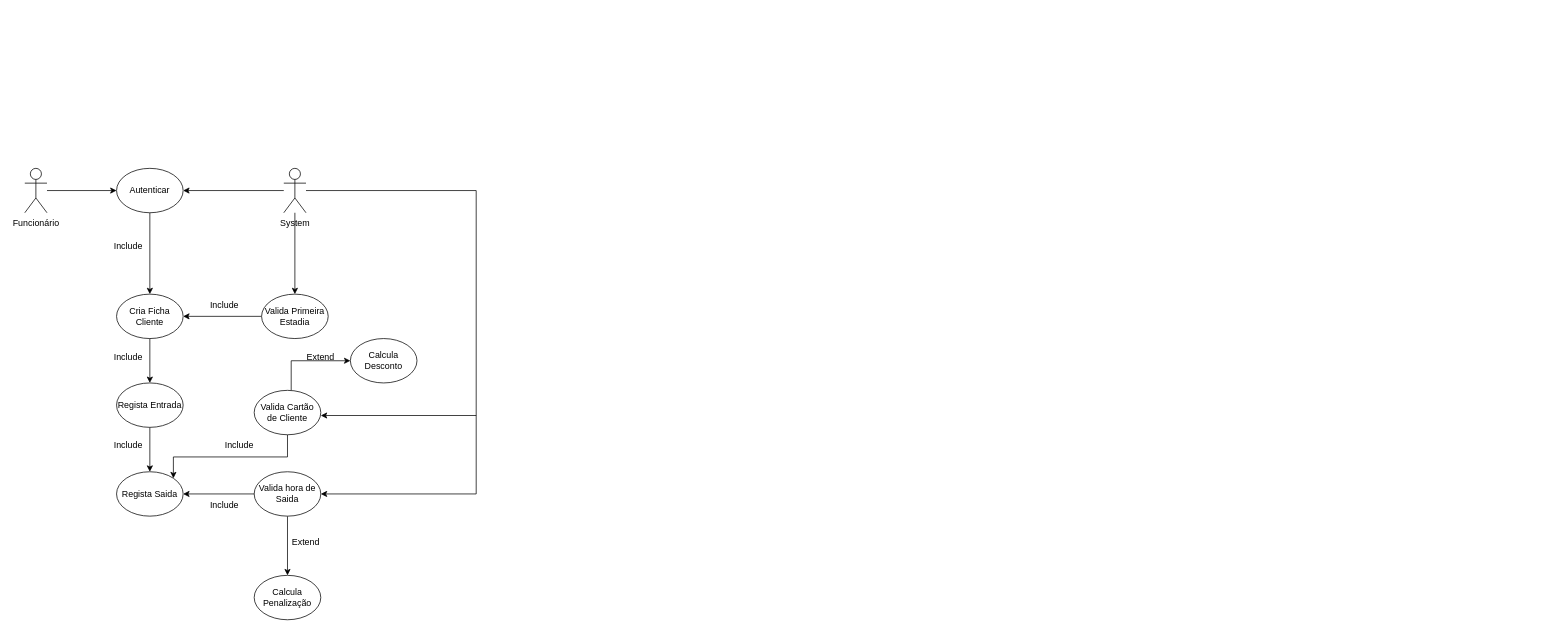
This is Praticas/pratica3.drawio from joaoabreu1/tpsi-progoo-2074622, a draw.io file, before an edit. Source tidied: cells renumbered, new cells numbered last; positions are measured from the earlier drawing's top-left corner, leaving out a move shared by most shapes. Both pictures are drawn from the tidied source at 74%, with x=0, y=0 at pixel (24, 168).
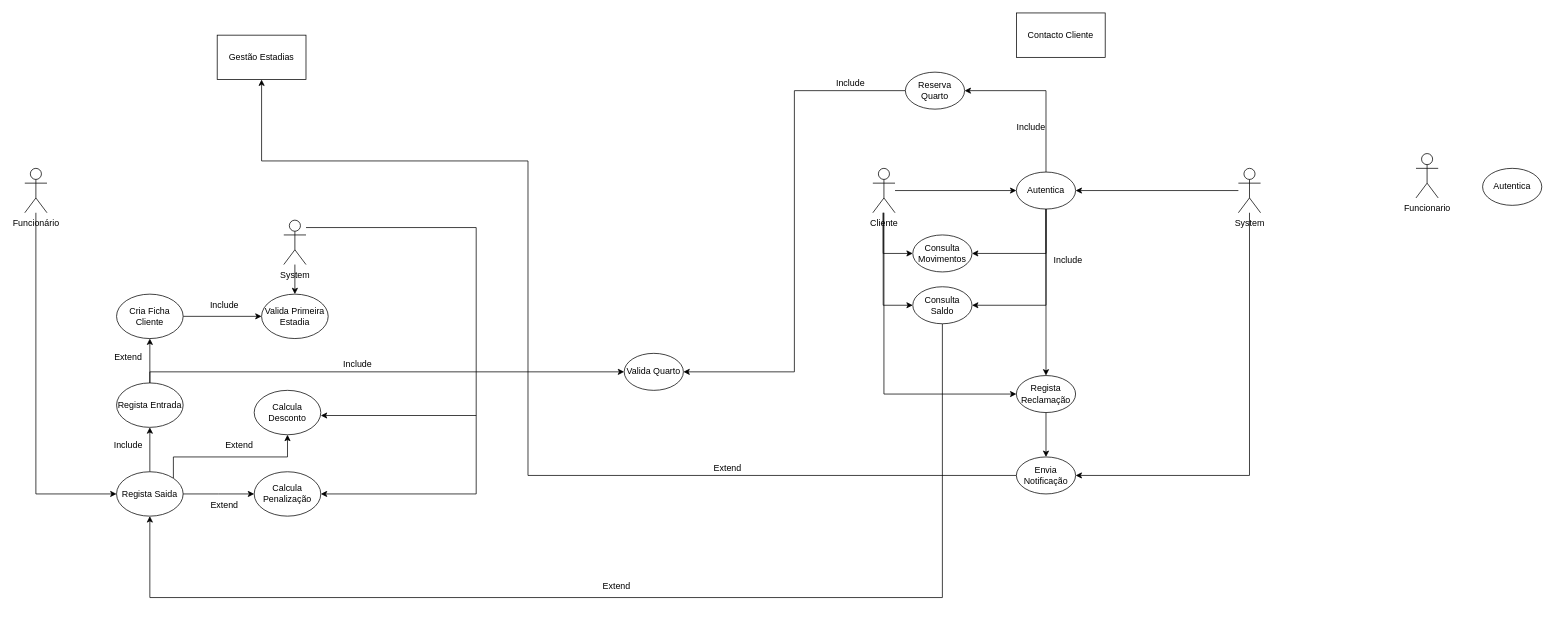
The same page after the edit.

Unchanged cells that the change refers to:
```xml
<mxCell id="3" value="Funcionário" style="shape=umlActor;verticalLabelPosition=bottom;verticalAlign=top;html=1;outlineConnect=0;" parent="1" vertex="1">
  <mxGeometry width="30" height="60" as="geometry" />
</mxCell>
<mxCell id="10" value="Valida Primeira Estadia" style="ellipse;whiteSpace=wrap;html=1;" parent="1" vertex="1">
  <mxGeometry x="320" y="170" width="90" height="60" as="geometry" />
</mxCell>
<mxCell id="13" value="Cria Ficha Cliente" style="ellipse;whiteSpace=wrap;html=1;" parent="1" vertex="1">
  <mxGeometry x="124" y="170" width="90" height="60" as="geometry" />
</mxCell>
<mxCell id="16" value="Regista Entrada" style="ellipse;whiteSpace=wrap;html=1;" parent="1" vertex="1">
  <mxGeometry x="124" y="290" width="90" height="60" as="geometry" />
</mxCell>
<mxCell id="17" value="Regista Saida" style="ellipse;whiteSpace=wrap;html=1;" parent="1" vertex="1">
  <mxGeometry x="124" y="410" width="90" height="60" as="geometry" />
</mxCell>
```

Diff of the diagram source:
```diff
@@
-    <mxCell id="2" style="edgeStyle=orthogonalEdgeStyle;rounded=0;jettySize=auto;html=1;entryX=0;entryY=0.5;entryDx=0;entryDy=0;" parent="1" edge="1" source="3" target="5">
-      <mxGeometry relative="1" as="geometry" />
-    </mxCell>
+    <mxCell id="34" style="edgeStyle=orthogonalEdgeStyle;rounded=0;jettySize=auto;html=1;entryX=0;entryY=0.5;entryDx=0;entryDy=0;" parent="1" edge="1" source="3" target="17">
+      <mxGeometry relative="1" as="geometry">
+        <Array as="points">
+          <mxPoint x="15" y="440" />
+        </Array>
+      </mxGeometry>
+    </mxCell>
@@
-    <mxCell id="4" style="edgeStyle=orthogonalEdgeStyle;rounded=0;jettySize=auto;html=1;" parent="1" edge="1" source="5" target="13">
-      <mxGeometry relative="1" as="geometry" />
-    </mxCell>
-    <mxCell id="5" value="Autenticar" style="ellipse;whiteSpace=wrap;html=1;" parent="1" vertex="1">
-      <mxGeometry x="124" width="90" height="60" as="geometry" />
-    </mxCell>
@@
-    <mxCell id="7" style="edgeStyle=orthogonalEdgeStyle;rounded=0;jettySize=auto;html=1;entryX=1;entryY=0.5;entryDx=0;entryDy=0;" parent="1" edge="1" source="8" target="5">
-      <mxGeometry relative="1" as="geometry" />
-    </mxCell>
     <mxCell id="8" value="System" style="shape=umlActor;verticalLabelPosition=bottom;verticalAlign=top;html=1;outlineConnect=0;" parent="1" vertex="1">
-      <mxGeometry x="350" width="30" height="60" as="geometry" />
+      <mxGeometry x="350" y="70" width="30" height="60" as="geometry" />
     </mxCell>
-    <mxCell id="9" style="edgeStyle=orthogonalEdgeStyle;rounded=0;jettySize=auto;html=1;entryX=1;entryY=0.5;entryDx=0;entryDy=0;" parent="1" edge="1" source="10" target="13">
-      <mxGeometry relative="1" as="geometry" />
-    </mxCell>
@@
-    <mxCell id="12" style="edgeStyle=orthogonalEdgeStyle;rounded=0;jettySize=auto;html=1;" parent="1" edge="1" source="13" target="16">
-      <mxGeometry relative="1" as="geometry" />
-    </mxCell>
+    <mxCell id="35" style="edgeStyle=orthogonalEdgeStyle;rounded=0;jettySize=auto;html=1;entryX=0;entryY=0.5;entryDx=0;entryDy=0;" parent="1" edge="1" source="13" target="10">
+      <mxGeometry relative="1" as="geometry" />
+    </mxCell>
@@
-    <mxCell id="14" value="Include" style="text;html=1;align=center;verticalAlign=middle;whiteSpace=wrap;rounded=0;" parent="1" vertex="1">
-      <mxGeometry x="110" y="90" width="60" height="30" as="geometry" />
-    </mxCell>
-    <mxCell id="15" style="edgeStyle=orthogonalEdgeStyle;rounded=0;jettySize=auto;html=1;entryX=0.5;entryY=0;entryDx=0;entryDy=0;" parent="1" edge="1" source="16" target="17">
-      <mxGeometry relative="1" as="geometry" />
-    </mxCell>
+    <mxCell id="36" style="edgeStyle=orthogonalEdgeStyle;rounded=0;jettySize=auto;html=1;exitX=0.5;exitY=0;exitDx=0;exitDy=0;entryX=0.5;entryY=1;entryDx=0;entryDy=0;" parent="1" edge="1" source="16" target="13">
+      <mxGeometry relative="1" as="geometry" />
+    </mxCell>
+    <mxCell id="37" style="edgeStyle=orthogonalEdgeStyle;rounded=0;jettySize=auto;html=1;entryX=0;entryY=0.5;entryDx=0;entryDy=0;" parent="1" edge="1" source="16" target="66">
+      <mxGeometry relative="1" as="geometry">
+        <Array as="points">
+          <mxPoint x="169" y="275" />
+        </Array>
+      </mxGeometry>
+    </mxCell>
@@
+    <mxCell id="38" style="edgeStyle=orthogonalEdgeStyle;rounded=0;jettySize=auto;html=1;exitX=0.5;exitY=0;exitDx=0;exitDy=0;entryX=0.5;entryY=1;entryDx=0;entryDy=0;" parent="1" edge="1" source="17" target="16">
+      <mxGeometry relative="1" as="geometry" />
+    </mxCell>
+    <mxCell id="39" style="edgeStyle=orthogonalEdgeStyle;rounded=0;jettySize=auto;html=1;entryX=0;entryY=0.5;entryDx=0;entryDy=0;" parent="1" edge="1" source="17">
+      <mxGeometry relative="1" as="geometry">
+        <mxPoint x="310" y="440" as="targetPoint" />
+      </mxGeometry>
+    </mxCell>
+    <mxCell id="40" style="edgeStyle=orthogonalEdgeStyle;rounded=0;jettySize=auto;html=1;exitX=1;exitY=0;exitDx=0;exitDy=0;entryX=0.5;entryY=1;entryDx=0;entryDy=0;" parent="1" edge="1" source="17">
+      <mxGeometry relative="1" as="geometry">
+        <mxPoint x="355" y="360" as="targetPoint" />
+        <Array as="points">
+          <mxPoint x="201" y="390" />
+          <mxPoint x="355" y="390" />
+        </Array>
+      </mxGeometry>
+    </mxCell>
@@
-    <mxCell id="18" value="Include" style="text;html=1;align=center;verticalAlign=middle;whiteSpace=wrap;rounded=0;" parent="1" vertex="1">
+    <mxCell id="18" value="Extend" style="text;html=1;align=center;verticalAlign=middle;whiteSpace=wrap;rounded=0;" parent="1" vertex="1">
       <mxGeometry x="110" y="240" width="60" height="30" as="geometry" />
     </mxCell>
@@
-    <mxCell id="20" style="edgeStyle=orthogonalEdgeStyle;rounded=0;jettySize=auto;html=1;entryX=1;entryY=0.5;entryDx=0;entryDy=0;" parent="1" edge="1" source="22" target="17">
-      <mxGeometry relative="1" as="geometry" />
-    </mxCell>
-    <mxCell id="21" style="edgeStyle=orthogonalEdgeStyle;rounded=0;jettySize=auto;html=1;entryX=0.5;entryY=0;entryDx=0;entryDy=0;" parent="1" edge="1" source="22" target="25">
-      <mxGeometry relative="1" as="geometry" />
-    </mxCell>
-    <mxCell id="22" value="Valida hora de Saida" style="ellipse;whiteSpace=wrap;html=1;" parent="1" vertex="1">
-      <mxGeometry x="310" y="410" width="90" height="60" as="geometry" />
-    </mxCell>
-    <mxCell id="23" style="edgeStyle=orthogonalEdgeStyle;rounded=0;jettySize=auto;html=1;entryX=1;entryY=0.5;entryDx=0;entryDy=0;" parent="1" edge="1" source="8" target="22">
+    <mxCell id="23" style="edgeStyle=orthogonalEdgeStyle;rounded=0;jettySize=auto;html=1;entryX=1;entryY=0.5;entryDx=0;entryDy=0;" parent="1" edge="1" source="8">
       <mxGeometry relative="1" as="geometry">
+        <mxPoint x="400" y="440" as="targetPoint" />
         <Array as="points">
-          <mxPoint x="610" y="30" />
+          <mxPoint x="610" y="80" />
           <mxPoint x="610" y="440" />
         </Array>
       </mxGeometry>
     </mxCell>
-    <mxCell id="24" value="Include" style="text;html=1;align=center;verticalAlign=middle;whiteSpace=wrap;rounded=0;" parent="1" vertex="1">
+    <mxCell id="24" value="Extend" style="text;html=1;align=center;verticalAlign=middle;whiteSpace=wrap;rounded=0;" parent="1" vertex="1">
       <mxGeometry x="240" y="440" width="60" height="30" as="geometry" />
     </mxCell>
     <mxCell id="25" value="Calcula Penalização" style="ellipse;whiteSpace=wrap;html=1;" parent="1" vertex="1">
-      <mxGeometry x="310" y="550" width="90" height="60" as="geometry" />
+      <mxGeometry x="310" y="410" width="90" height="60" as="geometry" />
     </mxCell>
-    <mxCell id="26" value="Extend" style="text;html=1;align=center;verticalAlign=middle;whiteSpace=wrap;rounded=0;" parent="1" vertex="1">
-      <mxGeometry x="350" y="490" width="60" height="30" as="geometry" />
-    </mxCell>
-    <mxCell id="27" style="edgeStyle=orthogonalEdgeStyle;rounded=0;jettySize=auto;html=1;entryX=1;entryY=0;entryDx=0;entryDy=0;" parent="1" edge="1" source="29" target="17">
-      <mxGeometry relative="1" as="geometry">
-        <Array as="points">
-          <mxPoint x="355" y="390" />
-          <mxPoint x="201" y="390" />
-        </Array>
-      </mxGeometry>
-    </mxCell>
-    <mxCell id="28" style="edgeStyle=orthogonalEdgeStyle;rounded=0;jettySize=auto;html=1;entryX=0;entryY=0.5;entryDx=0;entryDy=0;" parent="1" edge="1" source="29" target="32">
-      <mxGeometry relative="1" as="geometry">
-        <Array as="points">
-          <mxPoint x="360" y="260" />
-        </Array>
-      </mxGeometry>
-    </mxCell>
-    <mxCell id="29" value="Valida Cartão de Cliente" style="ellipse;whiteSpace=wrap;html=1;" parent="1" vertex="1">
-      <mxGeometry x="310" y="300" width="90" height="60" as="geometry" />
-    </mxCell>
-    <mxCell id="30" value="Include" style="text;html=1;align=center;verticalAlign=middle;whiteSpace=wrap;rounded=0;" parent="1" vertex="1">
+    <mxCell id="30" value="Extend" style="text;html=1;align=center;verticalAlign=middle;whiteSpace=wrap;rounded=0;" parent="1" vertex="1">
       <mxGeometry x="260" y="360" width="60" height="30" as="geometry" />
     </mxCell>
@@
     <mxCell id="32" value="Calcula Desconto" style="ellipse;whiteSpace=wrap;html=1;" parent="1" vertex="1">
-      <mxGeometry x="440" y="230" width="90" height="60" as="geometry" />
+      <mxGeometry x="310" y="300" width="90" height="60" as="geometry" />
     </mxCell>
-    <mxCell id="33" value="Extend" style="text;html=1;align=center;verticalAlign=middle;whiteSpace=wrap;rounded=0;" parent="1" vertex="1">
-      <mxGeometry x="370" y="240" width="60" height="30" as="geometry" />
-    </mxCell>
+    <mxCell id="41" value="Gestão Estadias" style="rounded=0;whiteSpace=wrap;html=1;" parent="1" vertex="1">
+      <mxGeometry x="260" y="-180" width="120" height="60" as="geometry" />
+    </mxCell>
+    <mxCell id="42" value="Contacto Cliente" style="rounded=0;whiteSpace=wrap;html=1;" parent="1" vertex="1">
+      <mxGeometry x="1340" y="-210" width="120" height="60" as="geometry" />
+    </mxCell>
+    <mxCell id="43" style="edgeStyle=orthogonalEdgeStyle;rounded=0;jettySize=auto;html=1;entryX=0;entryY=0.5;entryDx=0;entryDy=0;" parent="1" edge="1" source="47" target="55">
+      <mxGeometry relative="1" as="geometry" />
+    </mxCell>
+    <mxCell id="44" style="edgeStyle=orthogonalEdgeStyle;rounded=0;jettySize=auto;html=1;entryX=0;entryY=0.5;entryDx=0;entryDy=0;" parent="1" edge="1" source="47" target="57">
+      <mxGeometry relative="1" as="geometry">
+        <Array as="points">
+          <mxPoint x="1160" y="185" />
+        </Array>
+      </mxGeometry>
+    </mxCell>
+    <mxCell id="45" style="edgeStyle=orthogonalEdgeStyle;rounded=0;jettySize=auto;html=1;entryX=0;entryY=0.5;entryDx=0;entryDy=0;" parent="1" edge="1" source="47" target="58">
+      <mxGeometry relative="1" as="geometry">
+        <Array as="points">
+          <mxPoint x="1160" y="115" />
+        </Array>
+      </mxGeometry>
+    </mxCell>
+    <mxCell id="46" style="edgeStyle=orthogonalEdgeStyle;rounded=0;jettySize=auto;html=1;entryX=0;entryY=0.5;entryDx=0;entryDy=0;" parent="1" edge="1" source="47" target="62">
+      <mxGeometry relative="1" as="geometry">
+        <Array as="points">
+          <mxPoint x="1161" y="305" />
+        </Array>
+      </mxGeometry>
+    </mxCell>
+    <mxCell id="47" value="Cliente" style="shape=umlActor;verticalLabelPosition=bottom;verticalAlign=top;html=1;outlineConnect=0;" parent="1" vertex="1">
+      <mxGeometry x="1146" width="30" height="60" as="geometry" />
+    </mxCell>
+    <mxCell id="48" style="edgeStyle=orthogonalEdgeStyle;rounded=0;jettySize=auto;html=1;entryX=1;entryY=0.5;entryDx=0;entryDy=0;" parent="1" edge="1" source="50" target="55">
+      <mxGeometry relative="1" as="geometry" />
+    </mxCell>
+    <mxCell id="49" style="edgeStyle=orthogonalEdgeStyle;rounded=0;jettySize=auto;html=1;entryX=1;entryY=0.5;entryDx=0;entryDy=0;" parent="1" edge="1" source="50" target="70">
+      <mxGeometry relative="1" as="geometry">
+        <Array as="points">
+          <mxPoint x="1655" y="415" />
+        </Array>
+      </mxGeometry>
+    </mxCell>
+    <mxCell id="50" value="System" style="shape=umlActor;verticalLabelPosition=bottom;verticalAlign=top;html=1;outlineConnect=0;" parent="1" vertex="1">
+      <mxGeometry x="1640" width="30" height="60" as="geometry" />
+    </mxCell>
+    <mxCell id="51" style="edgeStyle=orthogonalEdgeStyle;rounded=0;jettySize=auto;html=1;exitX=0.5;exitY=1;exitDx=0;exitDy=0;" parent="1" edge="1" source="55" target="62">
+      <mxGeometry relative="1" as="geometry" />
+    </mxCell>
+    <mxCell id="52" style="edgeStyle=orthogonalEdgeStyle;rounded=0;jettySize=auto;html=1;entryX=1;entryY=0.5;entryDx=0;entryDy=0;" parent="1" edge="1" source="55" target="65">
+      <mxGeometry relative="1" as="geometry">
+        <Array as="points">
+          <mxPoint x="1380" y="-105" />
+        </Array>
+      </mxGeometry>
+    </mxCell>
+    <mxCell id="53" style="edgeStyle=orthogonalEdgeStyle;rounded=0;jettySize=auto;html=1;entryX=1;entryY=0.5;entryDx=0;entryDy=0;" parent="1" edge="1" source="55" target="58">
+      <mxGeometry relative="1" as="geometry">
+        <Array as="points">
+          <mxPoint x="1380" y="115" />
+        </Array>
+      </mxGeometry>
+    </mxCell>
+    <mxCell id="54" style="edgeStyle=orthogonalEdgeStyle;rounded=0;jettySize=auto;html=1;entryX=1;entryY=0.5;entryDx=0;entryDy=0;" parent="1" edge="1" source="55" target="57">
+      <mxGeometry relative="1" as="geometry">
+        <Array as="points">
+          <mxPoint x="1380" y="185" />
+        </Array>
+      </mxGeometry>
+    </mxCell>
+    <mxCell id="55" value="Autentica" style="ellipse;whiteSpace=wrap;html=1;" parent="1" vertex="1">
+      <mxGeometry x="1340" y="5" width="80" height="50" as="geometry" />
+    </mxCell>
+    <mxCell id="56" style="edgeStyle=orthogonalEdgeStyle;rounded=0;jettySize=auto;html=1;entryX=0.5;entryY=1;entryDx=0;entryDy=0;" parent="1" edge="1" source="57" target="17">
+      <mxGeometry relative="1" as="geometry">
+        <Array as="points">
+          <mxPoint x="1240" y="580" />
+          <mxPoint x="169" y="580" />
+        </Array>
+      </mxGeometry>
+    </mxCell>
+    <mxCell id="57" value="Consulta Saldo" style="ellipse;whiteSpace=wrap;html=1;" parent="1" vertex="1">
+      <mxGeometry x="1200" y="160" width="80" height="50" as="geometry" />
+    </mxCell>
+    <mxCell id="58" value="Consulta Movimentos" style="ellipse;whiteSpace=wrap;html=1;" parent="1" vertex="1">
+      <mxGeometry x="1200" y="90" width="80" height="50" as="geometry" />
+    </mxCell>
+    <mxCell id="59" value="Include" style="text;html=1;align=center;verticalAlign=middle;whiteSpace=wrap;rounded=0;" parent="1" vertex="1">
+      <mxGeometry x="1380" y="110" width="60" height="30" as="geometry" />
+    </mxCell>
+    <mxCell id="60" style="edgeStyle=orthogonalEdgeStyle;rounded=0;jettySize=auto;html=1;entryX=0.5;entryY=1;entryDx=0;entryDy=0;exitX=0;exitY=0.5;exitDx=0;exitDy=0;" parent="1" edge="1" source="70" target="41">
+      <mxGeometry relative="1" as="geometry">
+        <Array as="points">
+          <mxPoint x="680" y="415" />
+          <mxPoint x="680" y="-10" />
+          <mxPoint x="320" y="-10" />
+        </Array>
+      </mxGeometry>
+    </mxCell>
+    <mxCell id="61" style="edgeStyle=orthogonalEdgeStyle;rounded=0;jettySize=auto;html=1;" parent="1" edge="1" source="62" target="70">
+      <mxGeometry relative="1" as="geometry" />
+    </mxCell>
+    <mxCell id="62" value="Regista Reclamação" style="ellipse;whiteSpace=wrap;html=1;" parent="1" vertex="1">
+      <mxGeometry x="1340" y="280" width="80" height="50" as="geometry" />
+    </mxCell>
+    <mxCell id="63" value="Extend" style="text;html=1;align=center;verticalAlign=middle;whiteSpace=wrap;rounded=0;" parent="1" vertex="1">
+      <mxGeometry x="920" y="390" width="60" height="30" as="geometry" />
+    </mxCell>
+    <mxCell id="64" style="edgeStyle=orthogonalEdgeStyle;rounded=0;jettySize=auto;html=1;exitX=0;exitY=0.5;exitDx=0;exitDy=0;entryX=1;entryY=0.5;entryDx=0;entryDy=0;" parent="1" edge="1" source="65" target="66">
+      <mxGeometry relative="1" as="geometry" />
+    </mxCell>
+    <mxCell id="65" value="Reserva Quarto" style="ellipse;whiteSpace=wrap;html=1;" parent="1" vertex="1">
+      <mxGeometry x="1190" y="-130" width="80" height="50" as="geometry" />
+    </mxCell>
+    <mxCell id="66" value="Valida Quarto" style="ellipse;whiteSpace=wrap;html=1;" parent="1" vertex="1">
+      <mxGeometry x="810" y="250" width="80" height="50" as="geometry" />
+    </mxCell>
+    <mxCell id="67" value="Include" style="text;html=1;align=center;verticalAlign=middle;whiteSpace=wrap;rounded=0;" parent="1" vertex="1">
+      <mxGeometry x="1086" y="-130" width="60" height="30" as="geometry" />
+    </mxCell>
+    <mxCell id="68" value="Include" style="text;html=1;align=center;verticalAlign=middle;whiteSpace=wrap;rounded=0;" parent="1" vertex="1">
+      <mxGeometry x="1330" y="-70" width="60" height="30" as="geometry" />
+    </mxCell>
+    <mxCell id="69" value="Extend" style="text;html=1;align=center;verticalAlign=middle;whiteSpace=wrap;rounded=0;" parent="1" vertex="1">
+      <mxGeometry x="770" y="550" width="60" height="30" as="geometry" />
+    </mxCell>
+    <mxCell id="70" value="Envia Notificação" style="ellipse;whiteSpace=wrap;html=1;" parent="1" vertex="1">
+      <mxGeometry x="1340" y="390" width="80" height="50" as="geometry" />
+    </mxCell>
+    <mxCell id="71" value="Include" style="text;html=1;align=center;verticalAlign=middle;whiteSpace=wrap;rounded=0;" parent="1" vertex="1">
+      <mxGeometry x="420" y="250" width="60" height="30" as="geometry" />
+    </mxCell>
+    <mxCell id="72" value="Funcionario" style="shape=umlActor;verticalLabelPosition=bottom;verticalAlign=top;html=1;" parent="1" vertex="1">
+      <mxGeometry x="1880" y="-20" width="30" height="60" as="geometry" />
+    </mxCell>
+    <mxCell id="73" value="Autentica" style="ellipse;whiteSpace=wrap;html=1;" parent="1" vertex="1">
+      <mxGeometry x="1970" width="80" height="50" as="geometry" />
+    </mxCell>
```
